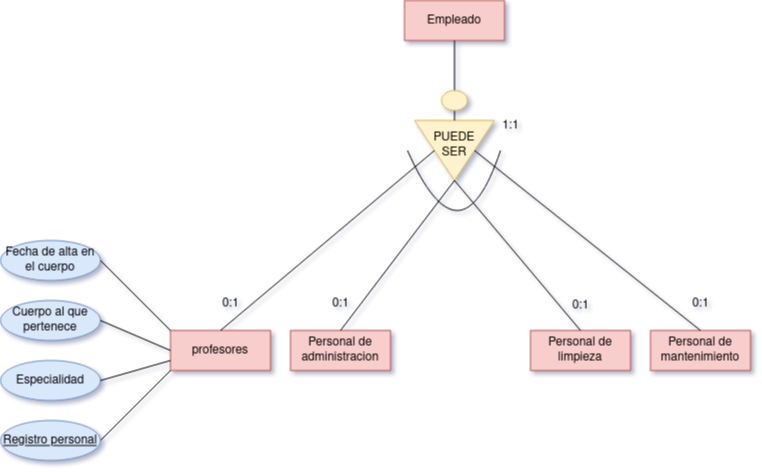
Before: Unidad-1/Tareas/Tarea-7/Tarea7.drawio.png, a diagram exported from draw.io (DavidRiccio/base-datos). Source tidied: cells renumbered, new cells last; positions are measured from the earlier drawing's top-left corner, leaving out a move shared by most shapes.
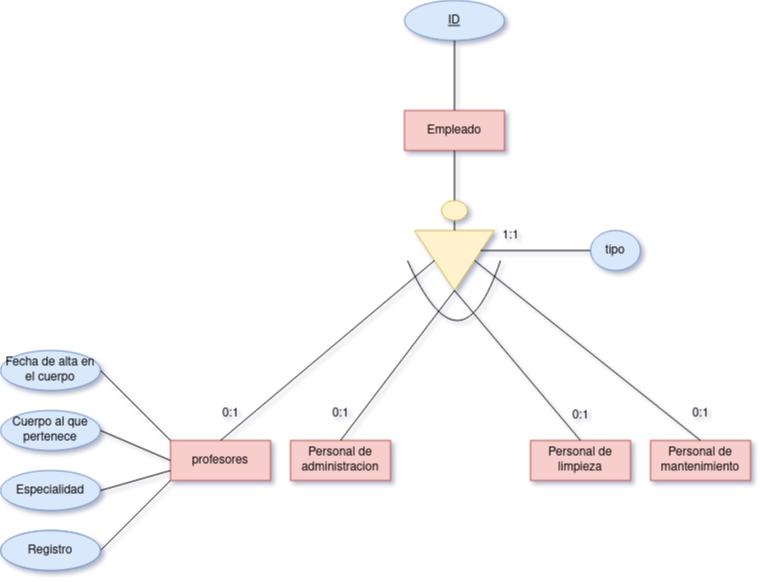
After the commit.

Change to the diagram source:
```diff
@@ -35,9 +35,6 @@
     <mxCell id="12" style="endArrow=none;html=1;rounded=0;entryX=0.5;entryY=1;entryDx=0;entryDy=0;exitX=0.5;exitY=0;exitDx=0;exitDy=0;" parent="1" edge="1" source="7" target="3">
       <mxGeometry relative="1" as="geometry" />
     </mxCell>
-    <mxCell id="13" value="PUEDE SER" style="text;html=1;strokeColor=none;fillColor=none;align=center;verticalAlign=middle;whiteSpace=wrap;rounded=0;" parent="1" vertex="1">
-      <mxGeometry x="424" y="130" width="60" height="30" as="geometry" />
-    </mxCell>
     <mxCell id="14" style="endArrow=none;html=1;curved=1;" parent="1" edge="1">
       <mxGeometry relative="1" as="geometry">
         <mxPoint x="407" y="150" as="sourcePoint" />
@@ -89,5 +86,22 @@
     <mxCell id="28" value="0:1" style="text;html=1;align=center;verticalAlign=middle;strokeColor=none;fillColor=none;" parent="1" vertex="1">
       <mxGeometry x="680" y="288" width="40" height="30" as="geometry" />
     </mxCell>
+    <mxCell id="29" value="ID" style="ellipse;whiteSpace=wrap;html=1;align=center;fontStyle=4;fillColor=#dae8fc;strokeColor=#6c8ebf;" parent="1" vertex="1">
+      <mxGeometry x="404" y="-110" width="100" height="40" as="geometry" />
+    </mxCell>
+    <mxCell id="30" style="endArrow=none;html=1;rounded=0;exitX=0.5;exitY=1;exitDx=0;exitDy=0;entryX=0.5;entryY=0;entryDx=0;entryDy=0;" parent="1" edge="1" source="29" target="2">
+      <mxGeometry relative="1" as="geometry" />
+    </mxCell>
+    <mxCell id="31" value="Registro" style="ellipse;whiteSpace=wrap;html=1;align=center;fillColor=#dae8fc;strokeColor=#6c8ebf;" parent="1" vertex="1">
+      <mxGeometry y="420" width="100" height="40" as="geometry" />
+    </mxCell>
+    <mxCell id="32" style="endArrow=none;html=1;rounded=0;" parent="1" edge="1" target="33">
+      <mxGeometry relative="1" as="geometry">
+        <mxPoint x="480" y="140" as="sourcePoint" />
+      </mxGeometry>
+    </mxCell>
+    <mxCell id="33" value="tipo" style="ellipse;whiteSpace=wrap;html=1;align=center;fillColor=#dae8fc;strokeColor=#6c8ebf;" parent="1" vertex="1">
+      <mxGeometry x="590" y="120" width="50" height="40" as="geometry" />
+    </mxCell>
   </root>
 </mxGraphModel>
```
